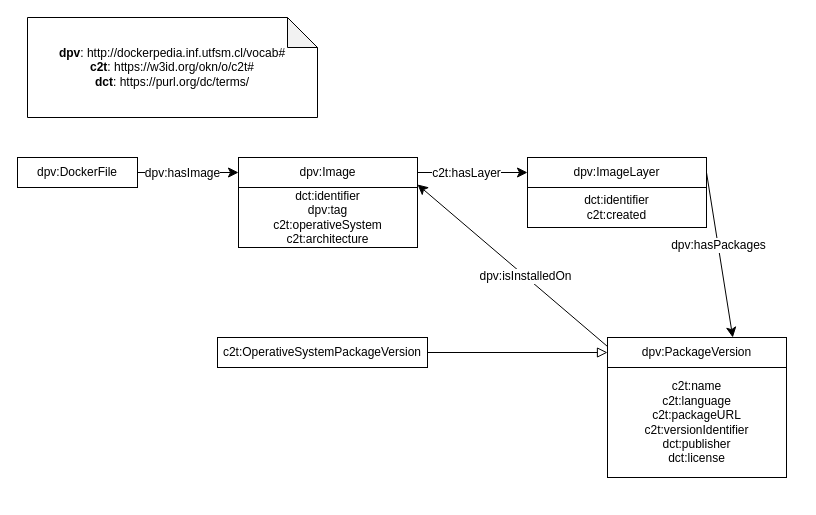
Above: ontology/ontology.drawio in osoc-es/c2t (draw.io), before the change. Source tidied: cells renumbered, new cells numbered last; positions are measured from the earlier drawing's top-left corner, leaving out a move shared by most shapes. Both pictures are drawn from the tidied source at 100%, with x=0, y=0 at pixel (17, 17).
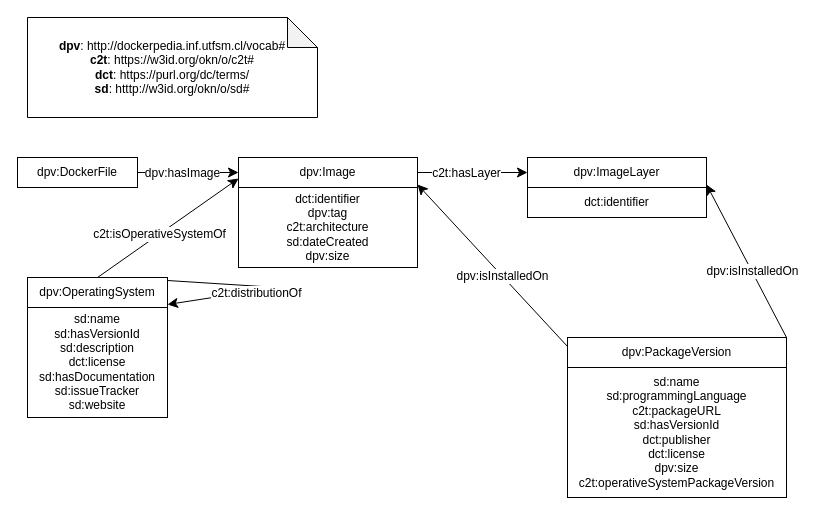
After the change.

Commit message (it also covers changes not shown here):
Ontología modificada

Unchanged cells that the change refers to:
```xml
<mxCell id="6" value="dpv:Image" style="rounded=0;whiteSpace=wrap;html=1;snapToPoint=1;points=[[0.1,0],[0.2,0],[0.3,0],[0.4,0],[0.5,0],[0.6,0],[0.7,0],[0.8,0],[0.9,0],[0,0.1],[0,0.3],[0,0.5],[0,0.7],[0,0.9],[0.1,1],[0.2,1],[0.3,1],[0.4,1],[0.5,1],[0.6,1],[0.7,1],[0.8,1],[0.9,1],[1,0.1],[1,0.3],[1,0.5],[1,0.7],[1,0.9]];" parent="1" vertex="1">
  <mxGeometry x="221" y="140" width="179" height="30" as="geometry" />
</mxCell>
<mxCell id="8" value="dpv:ImageLayer" style="rounded=0;whiteSpace=wrap;html=1;snapToPoint=1;points=[[0.1,0],[0.2,0],[0.3,0],[0.4,0],[0.5,0],[0.6,0],[0.7,0],[0.8,0],[0.9,0],[0,0.1],[0,0.3],[0,0.5],[0,0.7],[0,0.9],[0.1,1],[0.2,1],[0.3,1],[0.4,1],[0.5,1],[0.6,1],[0.7,1],[0.8,1],[0.9,1],[1,0.1],[1,0.3],[1,0.5],[1,0.7],[1,0.9]];" parent="1" vertex="1">
  <mxGeometry x="510" y="140" width="179" height="30" as="geometry" />
</mxCell>
```

Diff of the diagram source:
```diff
@@
-    <mxCell id="3" value="&lt;div&gt;&lt;b&gt;dpv&lt;/b&gt;: http://dockerpedia.inf.utfsm.cl/vocab#&lt;/div&gt;&lt;div&gt;&lt;div&gt;&lt;b&gt;c2t&lt;/b&gt;: https://w3id.org/okn/o/c2t#&lt;/div&gt;&lt;/div&gt;&lt;div&gt;&lt;div&gt;&lt;b&gt;dct&lt;/b&gt;: https://purl.org/dc/terms/&lt;/div&gt;&lt;/div&gt;" style="shape=note;whiteSpace=wrap;html=1;backgroundOutline=1;darkOpacity=0.05;" parent="1" vertex="1">
+    <mxCell id="3" value="&lt;div&gt;&lt;b&gt;dpv&lt;/b&gt;: http://dockerpedia.inf.utfsm.cl/vocab#&lt;/div&gt;&lt;div&gt;&lt;div&gt;&lt;b&gt;c2t&lt;/b&gt;: https://w3id.org/okn/o/c2t#&lt;/div&gt;&lt;/div&gt;&lt;div&gt;&lt;div&gt;&lt;b&gt;dct&lt;/b&gt;: https://purl.org/dc/terms/&lt;/div&gt;&lt;/div&gt;&lt;div&gt;&lt;b&gt;sd&lt;/b&gt;: htttp://w3id.org/okn/o/sd#&lt;/div&gt;" style="shape=note;whiteSpace=wrap;html=1;backgroundOutline=1;darkOpacity=0.05;" parent="1" vertex="1">
       <mxGeometry x="10" width="290" height="100" as="geometry" />
     </mxCell>
-    <mxCell id="4" value="c2t:OperativeSystemPackageVersion" style="rounded=0;whiteSpace=wrap;html=1;snapToPoint=1;points=[[0.1,0],[0.2,0],[0.3,0],[0.4,0],[0.5,0],[0.6,0],[0.7,0],[0.8,0],[0.9,0],[0,0.1],[0,0.3],[0,0.5],[0,0.7],[0,0.9],[0.1,1],[0.2,1],[0.3,1],[0.4,1],[0.5,1],[0.6,1],[0.7,1],[0.8,1],[0.9,1],[1,0.1],[1,0.3],[1,0.5],[1,0.7],[1,0.9]];" parent="1" vertex="1">
-      <mxGeometry x="200" y="320" width="210" height="30" as="geometry" />
-    </mxCell>
-    <mxCell id="5" value="dct:identifier&lt;br&gt;dpv:tag&lt;br&gt;c2t:operativeSystem&lt;br&gt;c2t:architecture" style="rounded=0;whiteSpace=wrap;html=1;" parent="1" vertex="1">
-      <mxGeometry x="221" y="170" width="179" height="60" as="geometry" />
+    <mxCell id="5" value="dct:identifier&lt;br&gt;dpv:tag&lt;br&gt;c2t:architecture&lt;br&gt;sd:dateCreated&lt;br&gt;dpv:size" style="rounded=0;whiteSpace=wrap;html=1;" parent="1" vertex="1">
+      <mxGeometry x="221" y="170" width="179" height="80" as="geometry" />
     </mxCell>
@@
-    <mxCell id="7" value="dct:identifier&lt;br&gt;c2t:created" style="rounded=0;whiteSpace=wrap;html=1;" parent="1" vertex="1">
-      <mxGeometry x="510" y="170" width="179" height="40" as="geometry" />
+    <mxCell id="7" value="dct:identifier&lt;br&gt;" style="rounded=0;whiteSpace=wrap;html=1;" parent="1" vertex="1">
+      <mxGeometry x="510" y="170" width="179" height="30" as="geometry" />
     </mxCell>
@@
-    <mxCell id="9" value="c2t:name&lt;br&gt;c2t:language&lt;br&gt;c2t:packageURL&lt;br&gt;c2t:versionIdentifier&lt;br&gt;dct:publisher&lt;br&gt;dct:license" style="rounded=0;whiteSpace=wrap;html=1;" parent="1" vertex="1">
-      <mxGeometry x="590" y="350" width="179" height="110" as="geometry" />
+    <mxCell id="9" value="sd:name&lt;br&gt;sd:programmingLanguage&lt;br&gt;c2t:packageURL&lt;br&gt;sd:hasVersionId&lt;br&gt;dct:publisher&lt;br&gt;dct:license&lt;br&gt;dpv:size&lt;br&gt;c2t:operativeSystemPackageVersion" style="rounded=0;whiteSpace=wrap;html=1;" parent="1" vertex="1">
+      <mxGeometry x="550" y="350" width="219" height="130" as="geometry" />
     </mxCell>
     <mxCell id="10" value="dpv:PackageVersion" style="rounded=0;whiteSpace=wrap;html=1;snapToPoint=1;points=[[0.1,0],[0.2,0],[0.3,0],[0.4,0],[0.5,0],[0.6,0],[0.7,0],[0.8,0],[0.9,0],[0,0.1],[0,0.3],[0,0.5],[0,0.7],[0,0.9],[0.1,1],[0.2,1],[0.3,1],[0.4,1],[0.5,1],[0.6,1],[0.7,1],[0.8,1],[0.9,1],[1,0.1],[1,0.3],[1,0.5],[1,0.7],[1,0.9]];" parent="1" vertex="1">
-      <mxGeometry x="590" y="320" width="179" height="30" as="geometry" />
+      <mxGeometry x="550" y="320" width="219" height="30" as="geometry" />
     </mxCell>
@@
-    <mxCell id="15" style="endArrow=classic;html=1;endSize=8;arcSize=0;rounded=0;entryX=0.7;entryY=0;entryDx=0;entryDy=0;exitX=1;exitY=0.5;exitDx=0;exitDy=0;" parent="1" edge="1" source="8" target="10">
-      <mxGeometry relative="1" as="geometry" />
-    </mxCell>
-    <mxCell id="16" value="dpv:hasPackages" style="text;html=1;align=center;verticalAlign=middle;labelBackgroundColor=#ffffff;" parent="15" vertex="1">
-      <mxGeometry x="-0.13" relative="1" as="geometry" />
-    </mxCell>
@@
-    <mxCell id="19" style="endArrow=block;html=1;fontColor=#000099;exitX=1;exitY=0.5;exitDx=0;exitDy=0;endFill=0;entryX=0;entryY=0.5;entryDx=0;entryDy=0;endSize=8;arcSize=0;rounded=0;" parent="1" edge="1" source="4" target="10">
-      <mxGeometry relative="1" as="geometry" />
-    </mxCell>
+    <mxCell id="20" value="dpv:OperatingSystem" style="rounded=0;whiteSpace=wrap;html=1;snapToPoint=1;points=[[0.1,0],[0.2,0],[0.3,0],[0.4,0],[0.5,0],[0.6,0],[0.7,0],[0.8,0],[0.9,0],[0,0.1],[0,0.3],[0,0.5],[0,0.7],[0,0.9],[0.1,1],[0.2,1],[0.3,1],[0.4,1],[0.5,1],[0.6,1],[0.7,1],[0.8,1],[0.9,1],[1,0.1],[1,0.3],[1,0.5],[1,0.7],[1,0.9]];" parent="1" vertex="1">
+      <mxGeometry x="10" y="260" width="140" height="30" as="geometry" />
+    </mxCell>
+    <mxCell id="21" style="endArrow=classic;html=1;endSize=8;arcSize=0;rounded=0;exitX=1;exitY=0.1;exitDx=0;exitDy=0;entryX=1;entryY=0.9;entryDx=0;entryDy=0;" parent="1" edge="1" source="20" target="20">
+      <mxGeometry relative="1" as="geometry">
+        <Array as="points">
+          <mxPoint x="260" y="270" />
+        </Array>
+      </mxGeometry>
+    </mxCell>
+    <mxCell id="22" value="c2t:distributionOf" style="text;html=1;align=center;verticalAlign=middle;labelBackgroundColor=#ffffff;" parent="21" vertex="1">
+      <mxGeometry x="-0.13" relative="1" as="geometry">
+        <mxPoint x="-7" y="6" as="offset" />
+      </mxGeometry>
+    </mxCell>
+    <mxCell id="23" style="endArrow=classic;html=1;endSize=8;arcSize=0;rounded=0;entryX=0;entryY=0.7;entryDx=0;entryDy=0;exitX=0.5;exitY=0;exitDx=0;exitDy=0;" parent="1" edge="1" source="20" target="6">
+      <mxGeometry relative="1" as="geometry" />
+    </mxCell>
+    <mxCell id="24" value="c2t:isOperativeSystemOf" style="text;html=1;align=center;verticalAlign=middle;labelBackgroundColor=#ffffff;" parent="23" vertex="1">
+      <mxGeometry x="-0.13" relative="1" as="geometry" />
+    </mxCell>
+    <mxCell id="25" value="sd:name&lt;br&gt;sd:hasVersionId&lt;br&gt;sd:description&lt;br&gt;dct:license&lt;br&gt;sd:hasDocumentation&lt;br&gt;sd:issueTracker&lt;br&gt;sd:website" style="rounded=0;whiteSpace=wrap;html=1;" parent="1" vertex="1">
+      <mxGeometry x="10" y="290" width="140" height="110" as="geometry" />
+    </mxCell>
+    <mxCell id="26" style="endArrow=classic;html=1;exitX=0;exitY=0.3;exitDx=0;exitDy=0;entryX=1;entryY=0.9;entryDx=0;entryDy=0;endSize=8;arcSize=0;rounded=0;" parent="1" edge="1" target="8">
+      <mxGeometry relative="1" as="geometry">
+        <mxPoint x="769" y="320" as="sourcePoint" />
+      </mxGeometry>
+    </mxCell>
+    <mxCell id="27" value="dpv:isInstalledOn" style="text;html=1;align=center;verticalAlign=middle;labelBackgroundColor=#ffffff;" parent="26" vertex="1">
+      <mxGeometry x="-0.13" relative="1" as="geometry" />
+    </mxCell>
```
